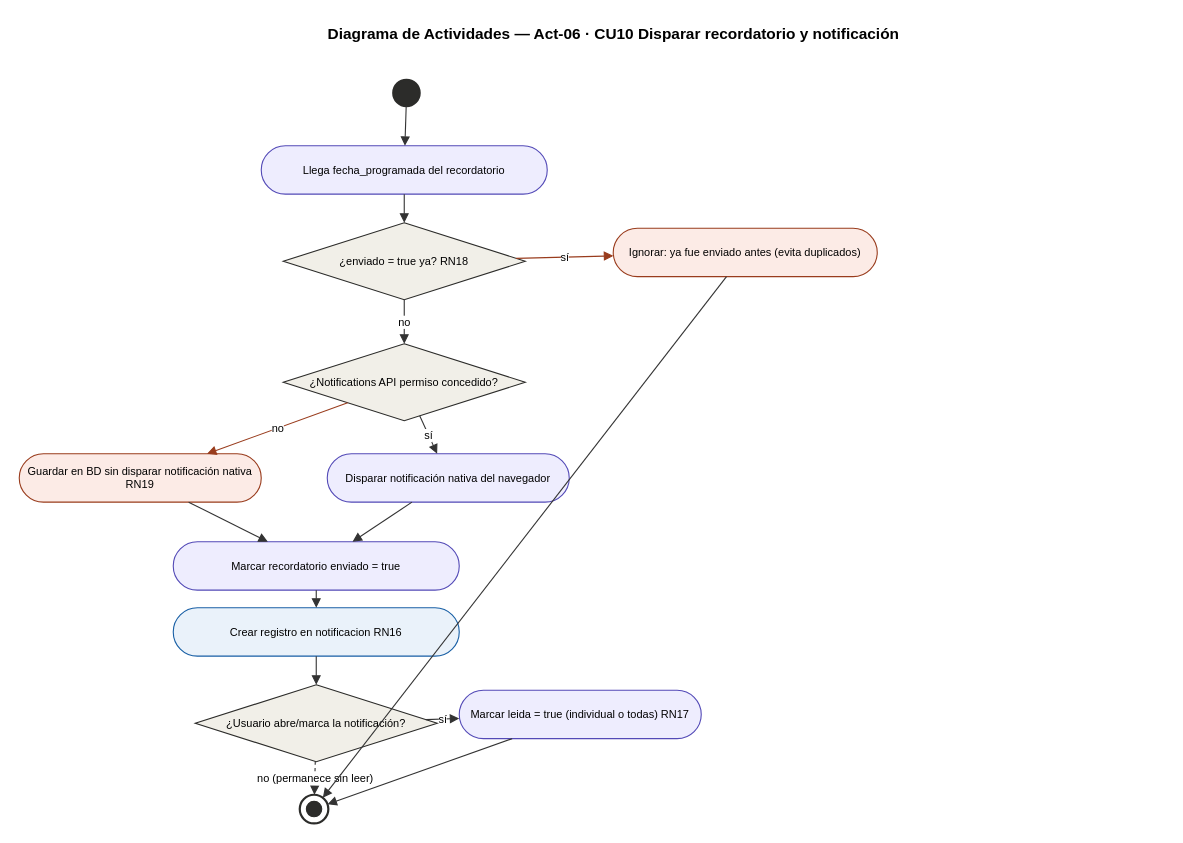
Earlier version of the draw.io diagram pjc/docs/diseno/drawio/Act06_RecordatorioNotificacion.drawio (Castillo8976/H-bitos-Gamificados-Uni). Source tidied: cells renumbered, new cells numbered last; positions are measured from the earlier drawing's top-left corner, leaving out a move shared by most shapes. Both pictures are drawn from the tidied source at 110%, with x=0, y=0 at pixel (19, 19).
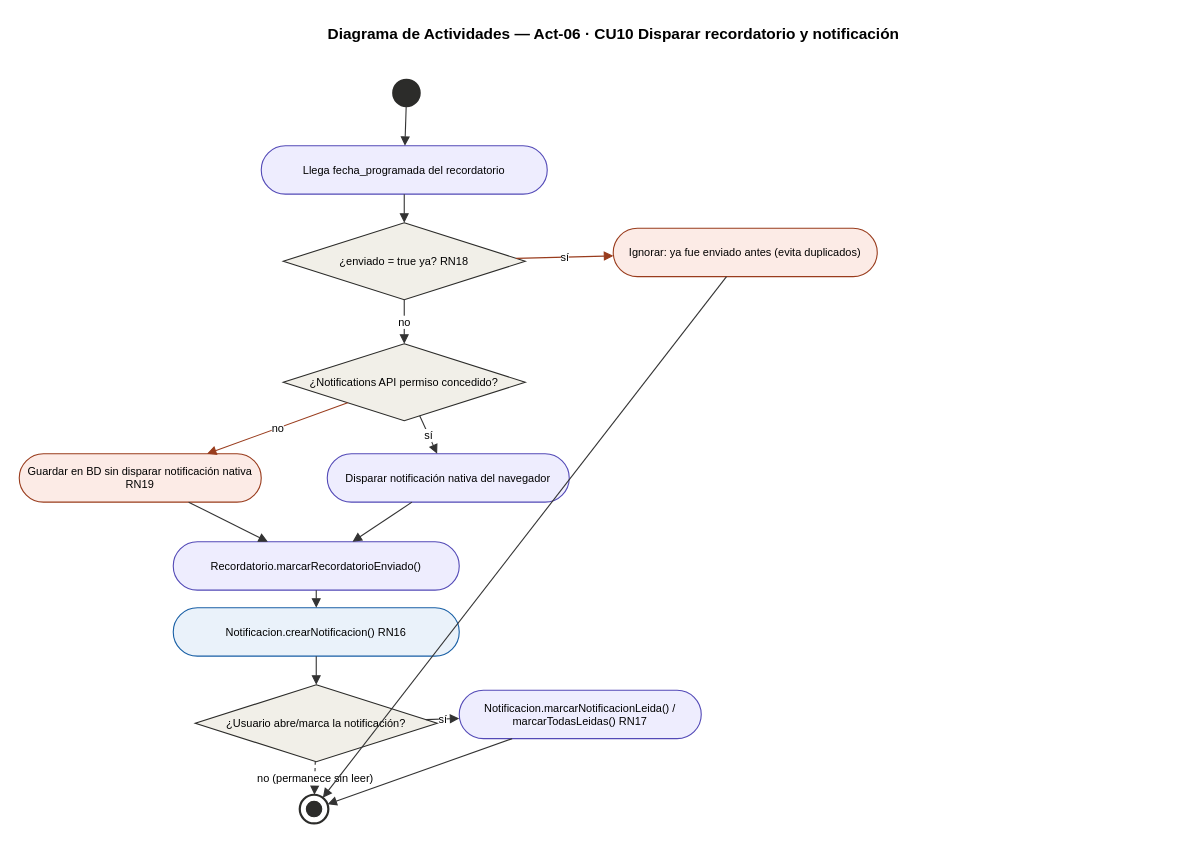
After the change.

The edit, as a diff of the source:
```diff
@@
-    <mxCell id="10" value="Marcar recordatorio enviado = true" style="rounded=1;arcSize=50;whiteSpace=wrap;html=1;fillColor=#EEEDFE;strokeColor=#534AB7;fontSize=10;" parent="1" vertex="1">
+    <mxCell id="10" value="Recordatorio.marcarRecordatorioEnviado()" style="rounded=1;arcSize=50;whiteSpace=wrap;html=1;fillColor=#EEEDFE;strokeColor=#534AB7;fontSize=10;" parent="1" vertex="1">
       <mxGeometry x="140" y="475" width="260" height="44" as="geometry" />
     </mxCell>
-    <mxCell id="11" value="Crear registro en notificacion  RN16" style="rounded=1;arcSize=50;whiteSpace=wrap;html=1;fillColor=#EAF2FA;strokeColor=#185FA5;fontSize=10;" parent="1" vertex="1">
+    <mxCell id="11" value="Notificacion.crearNotificacion()  RN16" style="rounded=1;arcSize=50;whiteSpace=wrap;html=1;fillColor=#EAF2FA;strokeColor=#185FA5;fontSize=10;" parent="1" vertex="1">
       <mxGeometry x="140" y="535" width="260" height="44" as="geometry" />
     </mxCell>
@@
-    <mxCell id="13" value="Marcar leida = true (individual o todas)  RN17" style="rounded=1;arcSize=50;whiteSpace=wrap;html=1;fillColor=#EEEDFE;strokeColor=#534AB7;fontSize=10;" parent="1" vertex="1">
+    <mxCell id="13" value="Notificacion.marcarNotificacionLeida() /   marcarTodasLeidas()  RN17" style="rounded=1;arcSize=50;whiteSpace=wrap;html=1;fillColor=#EEEDFE;strokeColor=#534AB7;fontSize=10;" parent="1" vertex="1">
       <mxGeometry x="400" y="610" width="220" height="44" as="geometry" />
     </mxCell>
```
